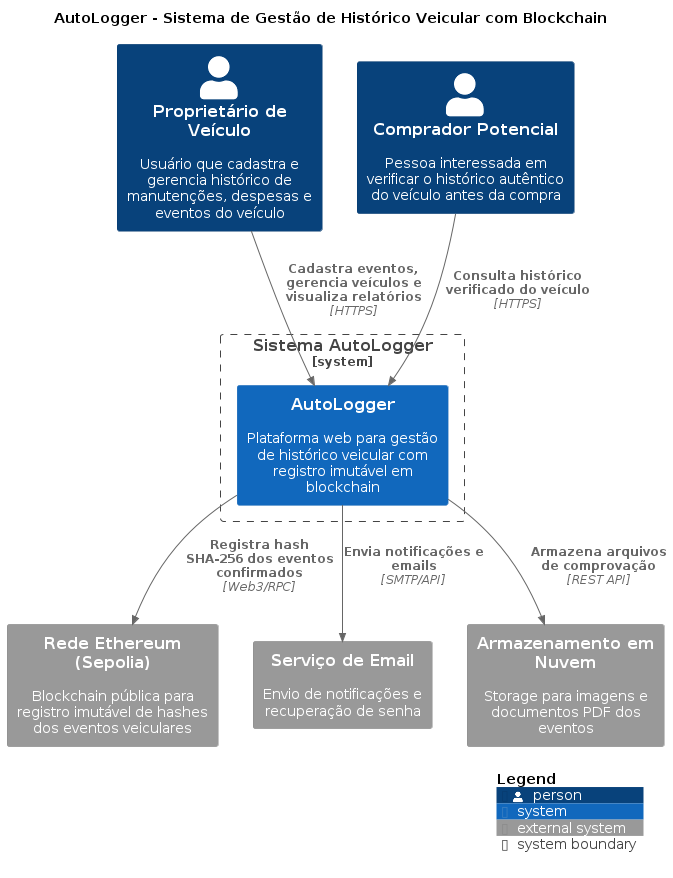
Before: docs/c4_architecture/c4_level1.png, a diagram exported from PlantUML (Pellegr1n1/autologger-services). The source it was exported from:
```plantuml
@startuml c4_level1
!includeurl https://raw.githubusercontent.com/plantuml-stdlib/C4-PlantUML/master/C4_Context.puml
!includeurl https://raw.githubusercontent.com/plantuml-stdlib/C4-PlantUML/master/C4_Container.puml
!includeurl https://raw.githubusercontent.com/plantuml-stdlib/C4-PlantUML/master/C4_Component.puml

title AutoLogger - Sistema de Gestão de Histórico Veicular com Blockchain

LAYOUT_TOP_DOWN()

Person(owner, "Proprietário de Veículo", "Usuário que cadastra e gerencia histórico de manutenções, despesas e eventos do veículo")
Person(buyer, "Comprador Potencial", "Pessoa interessada em verificar o histórico autêntico do veículo antes da compra")

System_Boundary(autologger_system, "Sistema AutoLogger") {
    System(autologger, "AutoLogger", "Plataforma web para gestão de histórico veicular com registro imutável em blockchain")
}

System_Ext(ethereum, "Rede Ethereum (Sepolia)", "Blockchain pública para registro imutável de hashes dos eventos veiculares")
System_Ext(email_service, "Serviço de Email", "Envio de notificações e recuperação de senha")
System_Ext(cloud_storage, "Armazenamento em Nuvem", "Storage para imagens e documentos PDF dos eventos")

Rel(owner, autologger, "Cadastra eventos, gerencia veículos e visualiza relatórios", "HTTPS")
Rel(buyer, autologger, "Consulta histórico verificado do veículo", "HTTPS")
Rel(autologger, ethereum, "Registra hash SHA-256 dos eventos confirmados", "Web3/RPC")
Rel(autologger, email_service, "Envia notificações e emails", "SMTP/API")
Rel(autologger, cloud_storage, "Armazena arquivos de comprovação", "REST API")

SHOW_LEGEND()
@enduml
```
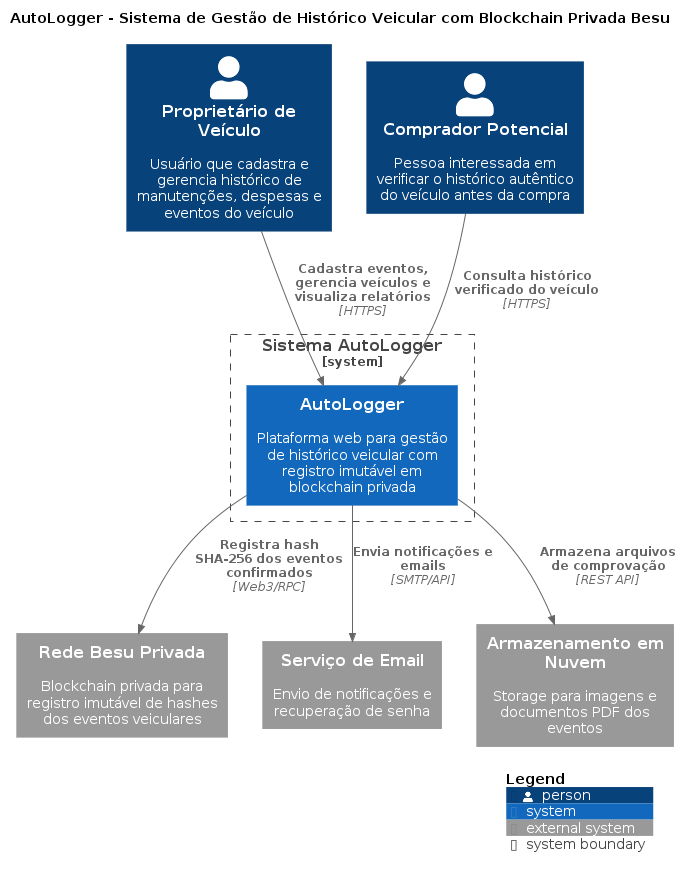
Above is the later version.

Change to the diagram source:
```diff
@@ -3,7 +3,7 @@
 !includeurl https://raw.githubusercontent.com/plantuml-stdlib/C4-PlantUML/master/C4_Container.puml
 !includeurl https://raw.githubusercontent.com/plantuml-stdlib/C4-PlantUML/master/C4_Component.puml
 
-title AutoLogger - Sistema de Gestão de Histórico Veicular com Blockchain
+title AutoLogger - Sistema de Gestão de Histórico Veicular com Blockchain Privada Besu
 
 LAYOUT_TOP_DOWN()
 
@@ -11,16 +11,16 @@
 Person(buyer, "Comprador Potencial", "Pessoa interessada em verificar o histórico autêntico do veículo antes da compra")
 
 System_Boundary(autologger_system, "Sistema AutoLogger") {
-    System(autologger, "AutoLogger", "Plataforma web para gestão de histórico veicular com registro imutável em blockchain")
+    System(autologger, "AutoLogger", "Plataforma web para gestão de histórico veicular com registro imutável em blockchain privada")
 }
 
-System_Ext(ethereum, "Rede Ethereum (Sepolia)", "Blockchain pública para registro imutável de hashes dos eventos veiculares")
+System_Ext(besu_network, "Rede Besu Privada", "Blockchain privada para registro imutável de hashes dos eventos veiculares")
 System_Ext(email_service, "Serviço de Email", "Envio de notificações e recuperação de senha")
 System_Ext(cloud_storage, "Armazenamento em Nuvem", "Storage para imagens e documentos PDF dos eventos")
 
 Rel(owner, autologger, "Cadastra eventos, gerencia veículos e visualiza relatórios", "HTTPS")
 Rel(buyer, autologger, "Consulta histórico verificado do veículo", "HTTPS")
-Rel(autologger, ethereum, "Registra hash SHA-256 dos eventos confirmados", "Web3/RPC")
+Rel(autologger, besu_network, "Registra hash SHA-256 dos eventos confirmados", "Web3/RPC")
 Rel(autologger, email_service, "Envia notificações e emails", "SMTP/API")
 Rel(autologger, cloud_storage, "Armazena arquivos de comprovação", "REST API")
 
```
